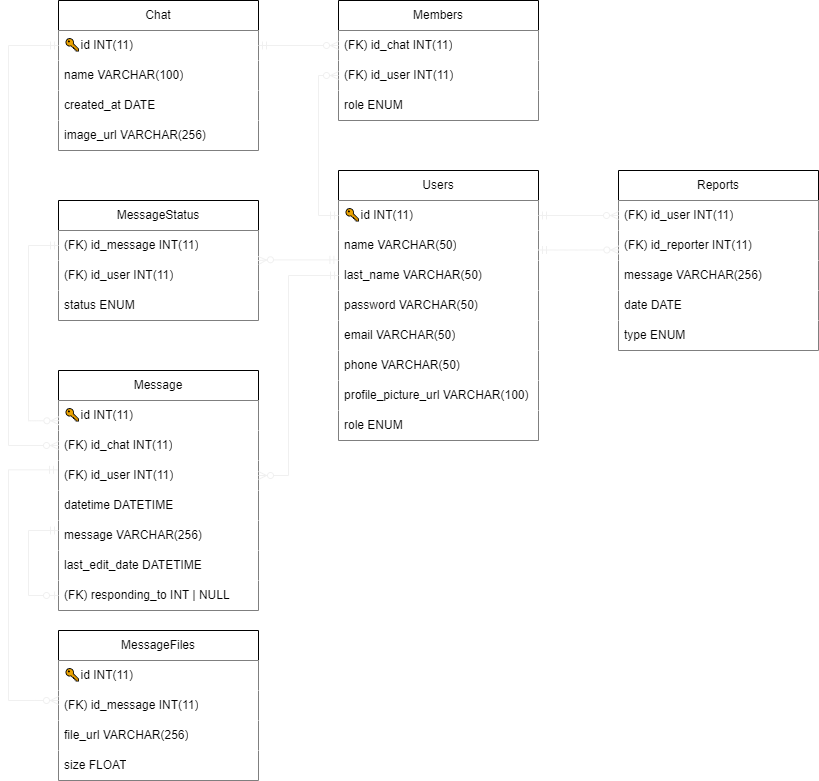
This is assets/RelationalSchema.png from benjahuenchunir/React_Madrid_frontend, a draw.io export, as it was before one commit. Source tidied: cells renumbered, new cells last; positions are measured from the earlier drawing's top-left corner, leaving out a move shared by most shapes.
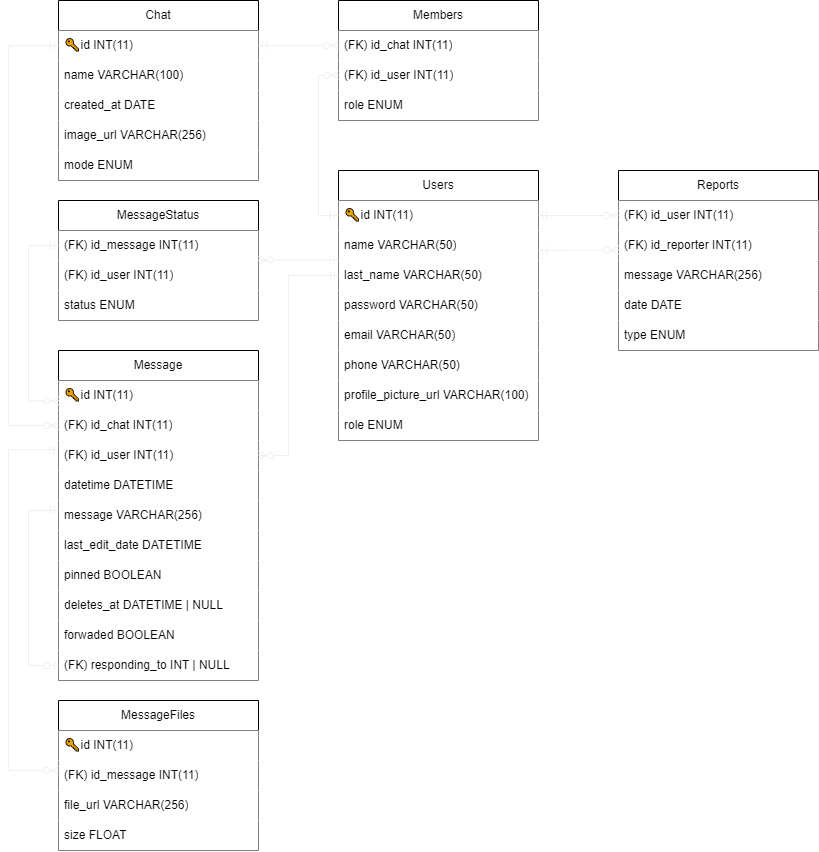
Above is the later version.

Change to the diagram source:
```diff
@@ -30,7 +30,7 @@
       <mxGeometry y="240" width="200" height="30" as="geometry" />
     </mxCell>
     <mxCell id="11" value="Chat" style="swimlane;fontStyle=0;horizontal=1;startSize=30;whiteSpace=wrap;html=1;" parent="1" vertex="1">
-      <mxGeometry x="50" width="200" height="150" as="geometry" />
+      <mxGeometry x="50" width="200" height="180" as="geometry" />
     </mxCell>
     <mxCell id="12" value="🔑id INT(11)" style="text;align=left;verticalAlign=middle;spacingLeft=4;spacingRight=4;overflow=hidden;points=[[0,0.5],[1,0.5]];portConstraint=eastwest;whiteSpace=wrap;html=1;fillColor=default;" parent="11" vertex="1">
       <mxGeometry y="30" width="200" height="30" as="geometry" />
@@ -44,6 +44,9 @@
     <mxCell id="15" value="image_url VARCHAR(256)" style="text;strokeColor=none;fillColor=default;align=left;verticalAlign=middle;spacingLeft=4;spacingRight=4;overflow=hidden;whiteSpace=wrap;html=1;" parent="11" vertex="1">
       <mxGeometry y="120" width="200" height="30" as="geometry" />
     </mxCell>
+    <mxCell id="53" value="mode ENUM" style="text;strokeColor=none;fillColor=default;align=left;verticalAlign=middle;spacingLeft=4;spacingRight=4;overflow=hidden;whiteSpace=wrap;html=1;" parent="11" vertex="1">
+      <mxGeometry y="150" width="200" height="30" as="geometry" />
+    </mxCell>
     <mxCell id="16" value="Members" style="swimlane;fontStyle=0;horizontal=1;startSize=30;whiteSpace=wrap;html=1;" parent="1" vertex="1">
       <mxGeometry x="330" width="200" height="120" as="geometry" />
     </mxCell>
@@ -75,7 +78,7 @@
       <mxGeometry y="150" width="200" height="30" as="geometry" />
     </mxCell>
     <mxCell id="26" value="Message" style="swimlane;fontStyle=0;horizontal=1;startSize=30;whiteSpace=wrap;html=1;" parent="1" vertex="1">
-      <mxGeometry x="50" y="370" width="200" height="240" as="geometry" />
+      <mxGeometry x="50" y="350" width="200" height="330" as="geometry" />
     </mxCell>
     <mxCell id="27" value="🔑id INT(11)" style="text;strokeColor=none;fillColor=default;align=left;verticalAlign=middle;spacingLeft=4;spacingRight=4;overflow=hidden;points=[[0,0.5],[1,0.5]];portConstraint=eastwest;whiteSpace=wrap;html=1;" parent="26" vertex="1">
       <mxGeometry y="30" width="200" height="30" as="geometry" />
@@ -95,15 +98,24 @@
     <mxCell id="32" value="last_edit_date DATETIME" style="text;strokeColor=none;fillColor=default;align=left;verticalAlign=middle;spacingLeft=4;spacingRight=4;overflow=hidden;whiteSpace=wrap;html=1;" parent="26" vertex="1">
       <mxGeometry y="180" width="200" height="30" as="geometry" />
     </mxCell>
+    <mxCell id="54" value="pinned BOOLEAN" style="text;strokeColor=none;fillColor=default;align=left;verticalAlign=middle;spacingLeft=4;spacingRight=4;overflow=hidden;whiteSpace=wrap;html=1;" parent="26" vertex="1">
+      <mxGeometry y="210" width="200" height="30" as="geometry" />
+    </mxCell>
+    <mxCell id="55" value="deletes_at DATETIME | NULL" style="text;strokeColor=none;fillColor=default;align=left;verticalAlign=middle;spacingLeft=4;spacingRight=4;overflow=hidden;whiteSpace=wrap;html=1;" parent="26" vertex="1">
+      <mxGeometry y="240" width="200" height="30" as="geometry" />
+    </mxCell>
+    <mxCell id="56" value="forwaded BOOLEAN" style="text;strokeColor=none;fillColor=default;align=left;verticalAlign=middle;spacingLeft=4;spacingRight=4;overflow=hidden;whiteSpace=wrap;html=1;" parent="26" vertex="1">
+      <mxGeometry y="270" width="200" height="30" as="geometry" />
+    </mxCell>
     <mxCell id="33" value="(FK) responding_to INT | NULL" style="text;strokeColor=none;fillColor=default;align=left;verticalAlign=middle;spacingLeft=4;spacingRight=4;overflow=hidden;points=[[0,0.5],[1,0.5]];portConstraint=eastwest;whiteSpace=wrap;html=1;" parent="26" vertex="1">
-      <mxGeometry y="210" width="200" height="30" as="geometry" />
+      <mxGeometry y="300" width="200" height="30" as="geometry" />
     </mxCell>
     <mxCell id="34" style="edgeStyle=orthogonalEdgeStyle;fontSize=12;html=1;endArrow=ERzeroToOne;startArrow=ERmandOne;entryX=0;entryY=0.5;entryDx=0;entryDy=0;rounded=0;strokeColor=#F0F0F0;" parent="26" edge="1" target="33">
       <mxGeometry relative="1" as="geometry">
         <mxPoint y="160" as="sourcePoint" />
         <Array as="points">
           <mxPoint x="-30" y="160" />
-          <mxPoint x="-30" y="225" />
+          <mxPoint x="-30" y="315" />
         </Array>
       </mxGeometry>
     </mxCell>
@@ -134,7 +146,7 @@
       <mxGeometry relative="1" as="geometry">
         <Array as="points">
           <mxPoint x="280" y="275" />
-          <mxPoint x="280" y="475" />
+          <mxPoint x="280" y="455" />
         </Array>
       </mxGeometry>
     </mxCell>
@@ -142,7 +154,7 @@
       <mxGeometry relative="1" as="geometry">
         <Array as="points">
           <mxPoint x="20" y="245" />
-          <mxPoint x="20" y="420" />
+          <mxPoint x="20" y="400" />
         </Array>
       </mxGeometry>
     </mxCell>
@@ -150,7 +162,7 @@
       <mxGeometry relative="1" as="geometry">
         <Array as="points">
           <mxPoint y="45" />
-          <mxPoint y="445" />
+          <mxPoint y="425" />
         </Array>
       </mxGeometry>
     </mxCell>
@@ -172,7 +184,7 @@
       </mxGeometry>
     </mxCell>
     <mxCell id="47" value="MessageFiles" style="swimlane;fontStyle=0;horizontal=1;startSize=30;whiteSpace=wrap;html=1;" parent="1" vertex="1">
-      <mxGeometry x="50" y="630" width="200" height="150" as="geometry" />
+      <mxGeometry x="50" y="700" width="200" height="150" as="geometry" />
     </mxCell>
     <mxCell id="48" value="🔑id INT(11)" style="text;strokeColor=none;fillColor=default;align=left;verticalAlign=middle;spacingLeft=4;spacingRight=4;overflow=hidden;whiteSpace=wrap;html=1;" parent="47" vertex="1">
       <mxGeometry y="30" width="200" height="30" as="geometry" />
@@ -189,8 +201,8 @@
     <mxCell id="52" style="fontSize=12;html=1;endArrow=ERzeroToMany;startArrow=ERmandOne;rounded=0;strokeColor=#F0F0F0;edgeStyle=orthogonalEdgeStyle;elbow=vertical;exitX=-0.005;exitY=0.31;exitDx=0;exitDy=0;exitPerimeter=0;entryX=0;entryY=0.333;entryDx=0;entryDy=0;entryPerimeter=0;" parent="1" edge="1" source="29" target="49">
       <mxGeometry relative="1" as="geometry">
         <Array as="points">
-          <mxPoint y="469" />
-          <mxPoint y="700" />
+          <mxPoint y="449" />
+          <mxPoint y="770" />
         </Array>
       </mxGeometry>
     </mxCell>
```
